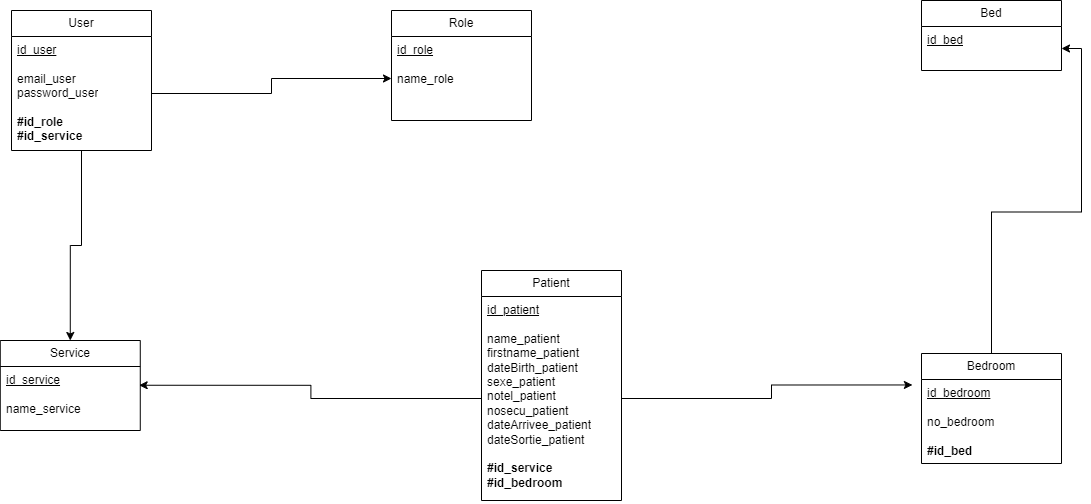
Earlier version of the draw.io export Merise/Merise-MLD.drawio.png (florianpoteau/CDA-Hopital-Back). Source tidied: cells renumbered, new cells last; positions are measured from the earlier drawing's top-left corner, leaving out a move shared by most shapes.
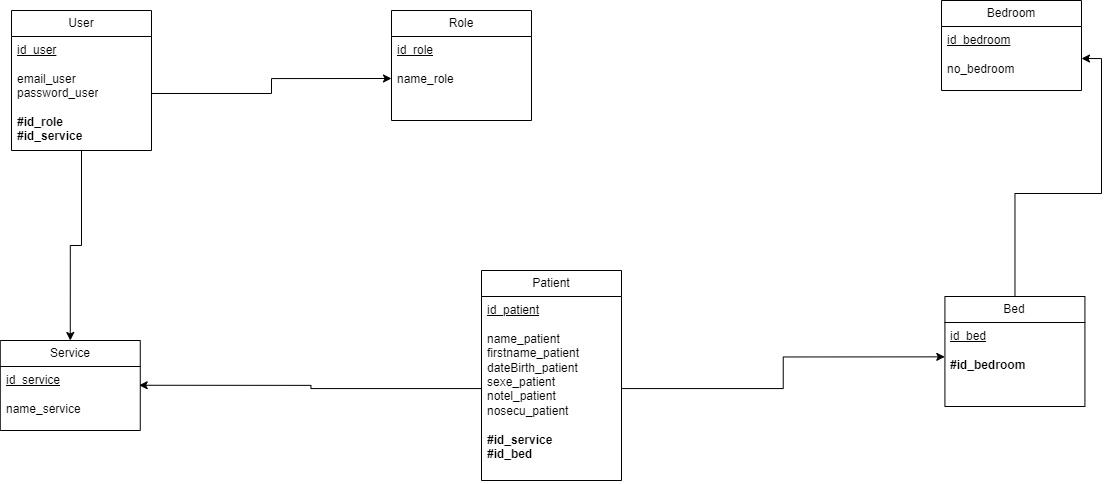
Above is the later version.

Commit message:
docs(UML MERISE) changement sur le mcd, mld, mpd et diagramme de classe

What changed in the source:
```diff
@@ -3,19 +3,19 @@
     <mxCell id="0" />
     <mxCell id="1" parent="0" />
     <mxCell id="2" value="Bedroom" style="swimlane;fontStyle=0;horizontal=1;startSize=26;fillColor=none;whiteSpace=wrap;html=1;" parent="1" vertex="1">
-      <mxGeometry x="921" y="353" width="140" height="110" as="geometry" />
+      <mxGeometry x="941" width="140" height="90" as="geometry" />
     </mxCell>
-    <mxCell id="3" value="&lt;u&gt;id_bedroom&lt;/u&gt;&lt;div&gt;&lt;u&gt;&lt;br&gt;&lt;/u&gt;&lt;div&gt;no_bedroom&lt;/div&gt;&lt;/div&gt;&lt;div&gt;&lt;br&gt;&lt;/div&gt;&lt;div&gt;&lt;b&gt;#id_bed&lt;/b&gt;&lt;/div&gt;" style="text;strokeColor=none;fillColor=none;align=left;verticalAlign=top;spacingLeft=4;spacingRight=4;overflow=hidden;points=[[0,0.5],[1,0.5]];portConstraint=eastwest;whiteSpace=wrap;html=1;" parent="2" vertex="1">
-      <mxGeometry y="26" width="140" height="84" as="geometry" />
+    <mxCell id="3" value="&lt;u&gt;id_bedroom&lt;/u&gt;&lt;div&gt;&lt;u&gt;&lt;br&gt;&lt;/u&gt;&lt;div&gt;no_bedroom&lt;/div&gt;&lt;/div&gt;" style="text;strokeColor=none;fillColor=none;align=left;verticalAlign=top;spacingLeft=4;spacingRight=4;overflow=hidden;points=[[0,0.5],[1,0.5]];portConstraint=eastwest;whiteSpace=wrap;html=1;" parent="2" vertex="1">
+      <mxGeometry y="26" width="140" height="64" as="geometry" />
     </mxCell>
-    <mxCell id="4" style="edgeStyle=orthogonalEdgeStyle;rounded=0;jettySize=auto;html=1;exitX=0.5;exitY=0;exitDx=0;exitDy=0;" parent="1" edge="1" source="2" target="6">
+    <mxCell id="4" style="edgeStyle=orthogonalEdgeStyle;rounded=0;jettySize=auto;html=1;entryX=1;entryY=0.5;entryDx=0;entryDy=0;" parent="1" edge="1" source="5" target="3">
       <mxGeometry relative="1" as="geometry" />
     </mxCell>
     <mxCell id="5" value="Bed" style="swimlane;fontStyle=0;horizontal=1;startSize=26;fillColor=none;whiteSpace=wrap;html=1;" parent="1" vertex="1">
-      <mxGeometry x="921" width="140" height="70" as="geometry" />
+      <mxGeometry x="944.4" y="296" width="140" height="110" as="geometry" />
     </mxCell>
-    <mxCell id="6" value="&lt;u&gt;id_bed&lt;/u&gt;" style="text;strokeColor=none;fillColor=none;align=left;verticalAlign=top;spacingLeft=4;spacingRight=4;overflow=hidden;points=[[0,0.5],[1,0.5]];portConstraint=eastwest;whiteSpace=wrap;html=1;" parent="5" vertex="1">
-      <mxGeometry y="26" width="140" height="44" as="geometry" />
+    <mxCell id="6" value="&lt;u&gt;id_bed&lt;/u&gt;&lt;div&gt;&lt;br&gt;&lt;/div&gt;&lt;div&gt;&lt;b&gt;#id_bedroom&lt;/b&gt;&lt;/div&gt;" style="text;strokeColor=none;fillColor=none;align=left;verticalAlign=top;spacingLeft=4;spacingRight=4;overflow=hidden;points=[[0,0.5],[1,0.5]];portConstraint=eastwest;whiteSpace=wrap;html=1;" parent="5" vertex="1">
+      <mxGeometry y="26" width="140" height="84" as="geometry" />
     </mxCell>
     <mxCell id="7" value="Role" style="swimlane;fontStyle=0;horizontal=1;startSize=26;fillColor=none;whiteSpace=wrap;html=1;" parent="1" vertex="1">
       <mxGeometry x="391" y="10" width="140" height="110" as="geometry" />
@@ -30,10 +30,10 @@
       <mxGeometry y="26" width="140" height="64" as="geometry" />
     </mxCell>
     <mxCell id="11" value="Patient" style="swimlane;fontStyle=0;horizontal=1;startSize=26;fillColor=none;whiteSpace=wrap;html=1;" parent="1" vertex="1">
-      <mxGeometry x="481" y="270" width="140" height="230" as="geometry" />
+      <mxGeometry x="481" y="270" width="140" height="210" as="geometry" />
     </mxCell>
-    <mxCell id="12" value="&lt;u&gt;id_patient&lt;/u&gt;&lt;div&gt;&lt;u&gt;&lt;br&gt;&lt;/u&gt;&lt;div&gt;name_patient&lt;/div&gt;&lt;div&gt;firstname_patient&lt;/div&gt;&lt;div&gt;dateBirth_patient&lt;/div&gt;&lt;div&gt;sexe_patient&lt;/div&gt;&lt;div&gt;notel_patient&lt;/div&gt;&lt;div&gt;nosecu_patient&lt;/div&gt;&lt;div&gt;dateArrivee_patient&lt;/div&gt;&lt;div&gt;dateSortie_patient&lt;/div&gt;&lt;div&gt;&lt;br&gt;&lt;/div&gt;&lt;div&gt;&lt;b&gt;#id_service&lt;/b&gt;&lt;/div&gt;&lt;div&gt;&lt;b&gt;#id_bedroom&lt;/b&gt;&lt;/div&gt;&lt;div&gt;&lt;br&gt;&lt;/div&gt;&lt;/div&gt;" style="text;strokeColor=none;fillColor=none;align=left;verticalAlign=top;spacingLeft=4;spacingRight=4;overflow=hidden;points=[[0,0.5],[1,0.5]];portConstraint=eastwest;whiteSpace=wrap;html=1;" parent="11" vertex="1">
-      <mxGeometry y="26" width="140" height="204" as="geometry" />
+    <mxCell id="12" value="&lt;u&gt;id_patient&lt;/u&gt;&lt;div&gt;&lt;u&gt;&lt;br&gt;&lt;/u&gt;&lt;div&gt;name_patient&lt;/div&gt;&lt;div&gt;firstname_patient&lt;/div&gt;&lt;div&gt;dateBirth_patient&lt;/div&gt;&lt;div&gt;sexe_patient&lt;/div&gt;&lt;div&gt;notel_patient&lt;/div&gt;&lt;div&gt;nosecu_patient&lt;/div&gt;&lt;div&gt;&lt;br&gt;&lt;/div&gt;&lt;div&gt;&lt;b&gt;#id_service&lt;/b&gt;&lt;/div&gt;&lt;div&gt;&lt;b&gt;#id_bed&lt;/b&gt;&lt;/div&gt;&lt;div&gt;&lt;br&gt;&lt;/div&gt;&lt;/div&gt;" style="text;strokeColor=none;fillColor=none;align=left;verticalAlign=top;spacingLeft=4;spacingRight=4;overflow=hidden;points=[[0,0.5],[1,0.5]];portConstraint=eastwest;whiteSpace=wrap;html=1;" parent="11" vertex="1">
+      <mxGeometry y="26" width="140" height="184" as="geometry" />
     </mxCell>
     <mxCell id="13" style="edgeStyle=orthogonalEdgeStyle;rounded=0;jettySize=auto;html=1;entryX=0.5;entryY=0;entryDx=0;entryDy=0;" parent="1" edge="1" source="14" target="9">
       <mxGeometry relative="1" as="geometry" />
@@ -50,7 +50,7 @@
     <mxCell id="17" style="edgeStyle=orthogonalEdgeStyle;rounded=0;jettySize=auto;html=1;entryX=0.992;entryY=0.293;entryDx=0;entryDy=0;entryPerimeter=0;" parent="1" edge="1" source="12" target="10">
       <mxGeometry relative="1" as="geometry" />
     </mxCell>
-    <mxCell id="18" style="edgeStyle=orthogonalEdgeStyle;rounded=0;jettySize=auto;html=1;entryX=-0.065;entryY=0.065;entryDx=0;entryDy=0;entryPerimeter=0;" parent="1" edge="1" source="12" target="3">
+    <mxCell id="18" style="edgeStyle=orthogonalEdgeStyle;rounded=0;jettySize=auto;html=1;entryX=-0.001;entryY=0.409;entryDx=0;entryDy=0;entryPerimeter=0;" parent="1" edge="1" source="12" target="6">
       <mxGeometry relative="1" as="geometry" />
     </mxCell>
   </root>
```
